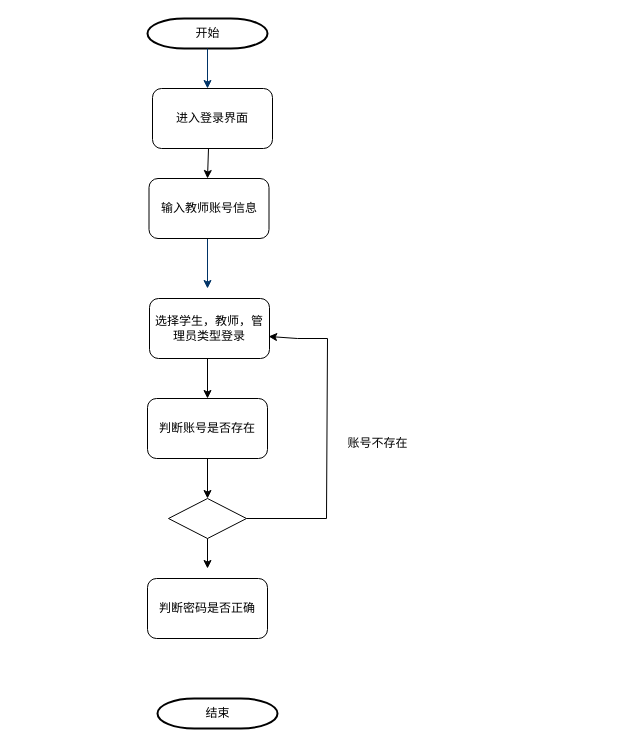
GrandeLai/StudentManagerUML keeps this draw.io diagram as 教师账户登录.drawio. Above is the earlier version. Source tidied: cells renumbered, new cells numbered last; positions are measured from the earlier drawing's top-left corner, leaving out a move shared by most shapes. Both pictures are drawn from the tidied source at 100%, with x=0, y=0 at pixel (147, 18).
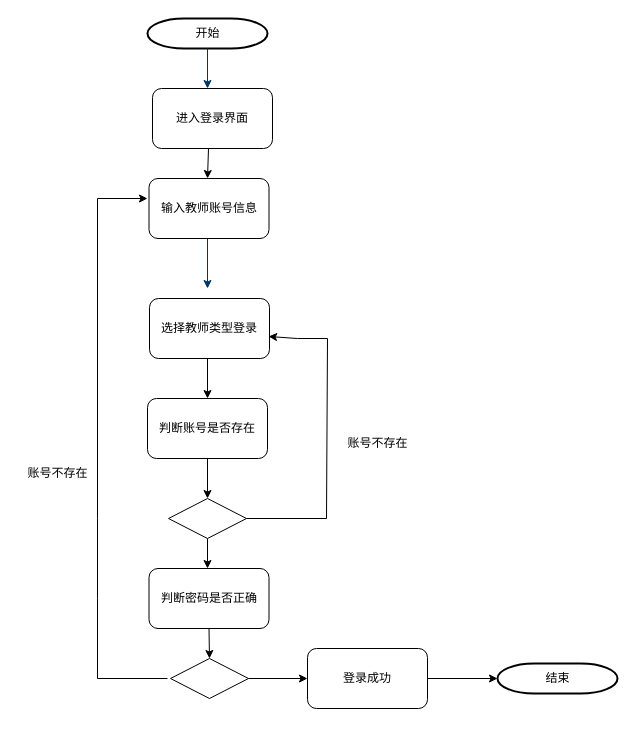
The same diagram, later.

Commit message:
更新教师账户登录.drawio

Change to the diagram source:
```diff
@@
-    <mxCell id="8" value="选择学生，教师，管理员类型登录" style="rounded=1;whiteSpace=wrap;html=1;" parent="1" vertex="1">
+    <mxCell id="8" value="选择教师类型登录" style="rounded=1;whiteSpace=wrap;html=1;" parent="1" vertex="1">
       <mxGeometry x="2" y="280" width="120" height="60" as="geometry" />
     </mxCell>
@@
     <mxCell id="14" value="结束" style="shape=mxgraph.flowchart.terminator;strokeWidth=2;gradientColor=none;gradientDirection=north;fontStyle=0;html=1;" parent="1" vertex="1">
-      <mxGeometry x="10" y="680" width="120" height="30" as="geometry" />
+      <mxGeometry x="350" y="645" width="120" height="30" as="geometry" />
     </mxCell>
@@
     <mxCell id="17" value="判断密码是否正确" style="rounded=1;whiteSpace=wrap;html=1;" parent="1" vertex="1">
-      <mxGeometry y="560" width="120" height="60" as="geometry" />
+      <mxGeometry x="1.5" y="550" width="120" height="60" as="geometry" />
     </mxCell>
+    <mxCell id="18" style="edgeStyle=orthogonalEdgeStyle;rounded=0;orthogonalLoop=1;jettySize=auto;html=1;exitX=0.5;exitY=1;exitDx=0;exitDy=0;" parent="1" edge="1" source="17" target="17">
+      <mxGeometry relative="1" as="geometry" />
+    </mxCell>
+    <mxCell id="19" style="endArrow=classic;html=1;rounded=0;exitX=0.5;exitY=1;exitDx=0;exitDy=0;" parent="1" edge="1" source="17">
+      <mxGeometry relative="1" as="geometry">
+        <mxPoint x="62" y="640" as="targetPoint" />
+      </mxGeometry>
+    </mxCell>
+    <mxCell id="20" style="rhombus;whiteSpace=wrap;html=1;" parent="1" vertex="1">
+      <mxGeometry x="23" y="640" width="78" height="40" as="geometry" />
+    </mxCell>
+    <mxCell id="21" style="endArrow=classic;html=1;rounded=0;" parent="1" edge="1">
+      <mxGeometry relative="1" as="geometry">
+        <mxPoint x="20" y="660" as="sourcePoint" />
+        <mxPoint y="180" as="targetPoint" />
+        <Array as="points">
+          <mxPoint x="-50" y="660" />
+          <mxPoint x="-50" y="580" />
+          <mxPoint x="-50" y="500" />
+          <mxPoint x="-50" y="180" />
+        </Array>
+      </mxGeometry>
+    </mxCell>
+    <mxCell id="22" value="账号不存在" style="text;html=1;align=center;verticalAlign=middle;strokeColor=none;fillColor=none;" parent="1" vertex="1">
+      <mxGeometry x="-130" y="440" width="80" height="30" as="geometry" />
+    </mxCell>
+    <mxCell id="23" value="登录成功" style="rounded=1;whiteSpace=wrap;html=1;" parent="1" vertex="1">
+      <mxGeometry x="160" y="630" width="120" height="60" as="geometry" />
+    </mxCell>
+    <mxCell id="24" style="endArrow=classic;html=1;rounded=0;exitX=1;exitY=0.5;exitDx=0;exitDy=0;entryX=0;entryY=0.5;entryDx=0;entryDy=0;" parent="1" edge="1" source="20" target="23">
+      <mxGeometry relative="1" as="geometry" />
+    </mxCell>
+    <mxCell id="25" style="endArrow=classic;html=1;rounded=0;entryX=0;entryY=0.5;entryDx=0;entryDy=0;entryPerimeter=0;" parent="1" edge="1" target="14">
+      <mxGeometry relative="1" as="geometry">
+        <mxPoint x="280" y="660" as="sourcePoint" />
+      </mxGeometry>
+    </mxCell>
```
